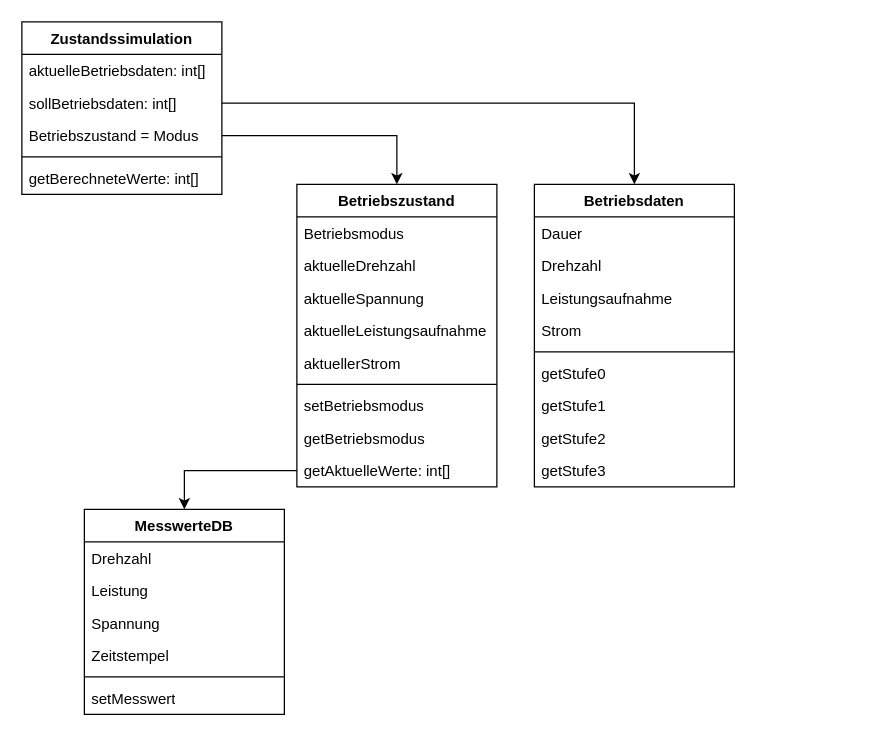
Above: UML Klassendiagramm.drawio in Alkaensos/C2-Test1 (draw.io), before the change. Source tidied: cells renumbered, new cells numbered last; positions are measured from the earlier drawing's top-left corner, leaving out a move shared by most shapes. Both pictures are drawn from the tidied source at 125%, with x=0, y=0 at pixel (21, 21).
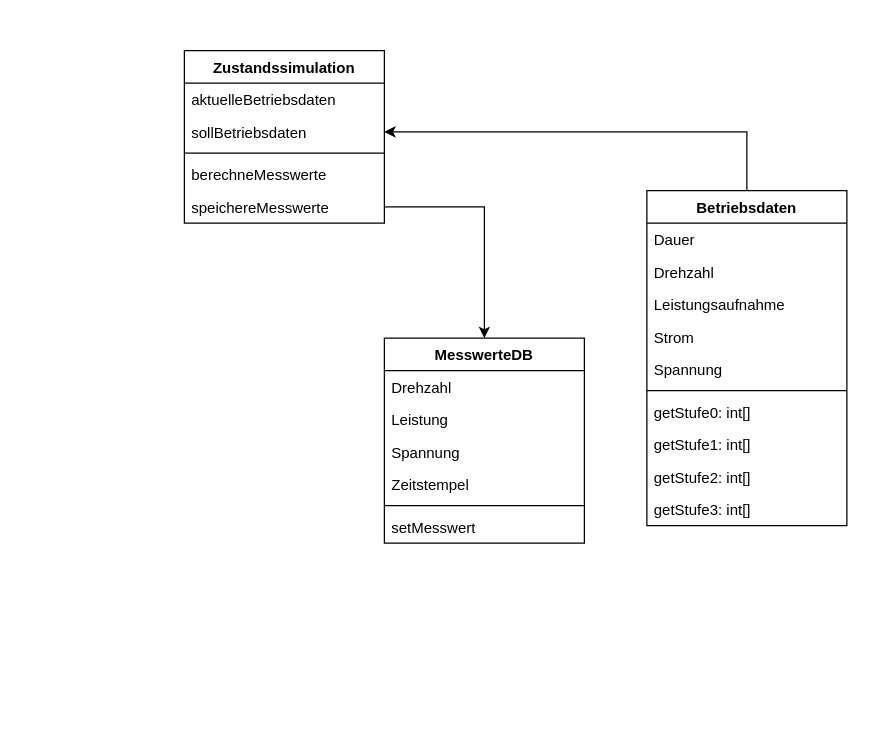
Above is the later version.

Commit message:
UML neu hochladen

What changed in the source:
```diff
@@
-    <mxCell id="2" value="Betriebszustand" style="swimlane;fontStyle=1;align=center;verticalAlign=top;horizontal=1;startSize=26;whiteSpace=wrap;html=1;" parent="1" vertex="1">
-      <mxGeometry x="220" y="130" width="160" height="242" as="geometry" />
-    </mxCell>
-    <mxCell id="3" value="Betriebsmodus" style="text;strokeColor=none;fillColor=none;align=left;verticalAlign=top;spacingLeft=4;spacingRight=4;overflow=hidden;whiteSpace=wrap;html=1;" parent="2" vertex="1">
-      <mxGeometry y="26" width="160" height="26" as="geometry" />
-    </mxCell>
-    <mxCell id="4" value="aktuelleDrehzahl" style="text;strokeColor=none;fillColor=none;align=left;verticalAlign=top;spacingLeft=4;spacingRight=4;overflow=hidden;whiteSpace=wrap;html=1;" parent="2" vertex="1">
-      <mxGeometry y="52" width="160" height="26" as="geometry" />
-    </mxCell>
-    <mxCell id="5" value="aktuelleSpannung" style="text;strokeColor=none;fillColor=none;align=left;verticalAlign=top;spacingLeft=4;spacingRight=4;overflow=hidden;whiteSpace=wrap;html=1;" parent="2" vertex="1">
-      <mxGeometry y="78" width="160" height="26" as="geometry" />
-    </mxCell>
-    <mxCell id="6" value="aktuelleLeistungsaufnahme" style="text;strokeColor=none;fillColor=none;align=left;verticalAlign=top;spacingLeft=4;spacingRight=4;overflow=hidden;whiteSpace=wrap;html=1;" parent="2" vertex="1">
-      <mxGeometry y="104" width="160" height="26" as="geometry" />
-    </mxCell>
-    <mxCell id="7" value="aktuellerStrom" style="text;strokeColor=none;fillColor=none;align=left;verticalAlign=top;spacingLeft=4;spacingRight=4;overflow=hidden;whiteSpace=wrap;html=1;" parent="2" vertex="1">
-      <mxGeometry y="130" width="160" height="26" as="geometry" />
-    </mxCell>
-    <mxCell id="8" style="line;strokeWidth=1;fillColor=none;align=left;verticalAlign=middle;spacingTop=-1;spacingLeft=3;spacingRight=3;labelPosition=right;strokeColor=inherit;" parent="2" vertex="1">
-      <mxGeometry y="156" width="160" height="8" as="geometry" />
-    </mxCell>
-    <mxCell id="9" value="setBetriebsmodus" style="text;strokeColor=none;fillColor=none;align=left;verticalAlign=top;spacingLeft=4;spacingRight=4;overflow=hidden;whiteSpace=wrap;html=1;" parent="2" vertex="1">
-      <mxGeometry y="164" width="160" height="26" as="geometry" />
-    </mxCell>
-    <mxCell id="10" value="getBetriebsmodus" style="text;strokeColor=none;fillColor=none;align=left;verticalAlign=top;spacingLeft=4;spacingRight=4;overflow=hidden;whiteSpace=wrap;html=1;" parent="2" vertex="1">
-      <mxGeometry y="190" width="160" height="26" as="geometry" />
-    </mxCell>
-    <mxCell id="11" value="getAktuelleWerte: int[]" style="text;strokeColor=none;fillColor=none;align=left;verticalAlign=top;spacingLeft=4;spacingRight=4;overflow=hidden;points=[[0,0.5],[1,0.5]];portConstraint=eastwest;whiteSpace=wrap;html=1;" parent="2" vertex="1">
-      <mxGeometry y="216" width="160" height="26" as="geometry" />
-    </mxCell>
+    <mxCell id="38" style="edgeStyle=orthogonalEdgeStyle;rounded=0;jettySize=auto;html=1;" parent="1" edge="1" source="12" target="24">
+      <mxGeometry relative="1" as="geometry" />
+    </mxCell>
     <mxCell id="12" value="Betriebsdaten" style="swimlane;fontStyle=1;align=center;verticalAlign=top;horizontal=1;startSize=26;whiteSpace=wrap;html=1;" parent="1" vertex="1">
-      <mxGeometry x="410" y="130" width="160" height="242" as="geometry" />
+      <mxGeometry x="500" y="135" width="160" height="268" as="geometry" />
     </mxCell>
@@
+    <mxCell id="39" value="Spannung" style="text;strokeColor=none;fillColor=none;align=left;verticalAlign=top;spacingLeft=4;spacingRight=4;overflow=hidden;whiteSpace=wrap;html=1;" parent="12" vertex="1">
+      <mxGeometry y="130" width="160" height="26" as="geometry" />
+    </mxCell>
     <mxCell id="17" style="line;strokeWidth=1;fillColor=none;align=left;verticalAlign=middle;spacingTop=-1;spacingLeft=3;spacingRight=3;labelPosition=right;strokeColor=inherit;" parent="12" vertex="1">
-      <mxGeometry y="130" width="160" height="8" as="geometry" />
+      <mxGeometry y="156" width="160" height="8" as="geometry" />
     </mxCell>
-    <mxCell id="18" value="getStufe0" style="text;strokeColor=none;fillColor=none;align=left;verticalAlign=top;spacingLeft=4;spacingRight=4;overflow=hidden;whiteSpace=wrap;html=1;" parent="12" vertex="1">
-      <mxGeometry y="138" width="160" height="26" as="geometry" />
+    <mxCell id="18" value="getStufe0: int[]" style="text;strokeColor=none;fillColor=none;align=left;verticalAlign=top;spacingLeft=4;spacingRight=4;overflow=hidden;whiteSpace=wrap;html=1;" parent="12" vertex="1">
+      <mxGeometry y="164" width="160" height="26" as="geometry" />
     </mxCell>
-    <mxCell id="19" value="getStufe1" style="text;strokeColor=none;fillColor=none;align=left;verticalAlign=top;spacingLeft=4;spacingRight=4;overflow=hidden;whiteSpace=wrap;html=1;" parent="12" vertex="1">
-      <mxGeometry y="164" width="160" height="26" as="geometry" />
+    <mxCell id="19" value="getStufe1: int[]" style="text;strokeColor=none;fillColor=none;align=left;verticalAlign=top;spacingLeft=4;spacingRight=4;overflow=hidden;whiteSpace=wrap;html=1;" parent="12" vertex="1">
+      <mxGeometry y="190" width="160" height="26" as="geometry" />
     </mxCell>
-    <mxCell id="20" value="getStufe2" style="text;strokeColor=none;fillColor=none;align=left;verticalAlign=top;spacingLeft=4;spacingRight=4;overflow=hidden;whiteSpace=wrap;html=1;" parent="12" vertex="1">
-      <mxGeometry y="190" width="160" height="26" as="geometry" />
+    <mxCell id="20" value="getStufe2: int[]" style="text;strokeColor=none;fillColor=none;align=left;verticalAlign=top;spacingLeft=4;spacingRight=4;overflow=hidden;whiteSpace=wrap;html=1;" parent="12" vertex="1">
+      <mxGeometry y="216" width="160" height="26" as="geometry" />
     </mxCell>
-    <mxCell id="21" value="getStufe3" style="text;strokeColor=none;fillColor=none;align=left;verticalAlign=top;spacingLeft=4;spacingRight=4;overflow=hidden;whiteSpace=wrap;html=1;" parent="12" vertex="1">
-      <mxGeometry y="216" width="160" height="26" as="geometry" />
+    <mxCell id="21" value="getStufe3: int[]" style="text;strokeColor=none;fillColor=none;align=left;verticalAlign=top;spacingLeft=4;spacingRight=4;overflow=hidden;whiteSpace=wrap;html=1;" parent="12" vertex="1">
+      <mxGeometry y="242" width="160" height="26" as="geometry" />
     </mxCell>
     <mxCell id="22" value="Zustandssimulation" style="swimlane;fontStyle=1;align=center;verticalAlign=top;horizontal=1;startSize=26;whiteSpace=wrap;html=1;" parent="1" vertex="1">
-      <mxGeometry width="160" height="138" as="geometry" />
+      <mxGeometry x="130" y="23" width="160" height="138" as="geometry" />
     </mxCell>
-    <mxCell id="23" value="aktuelleBetriebsdaten: int[]" style="text;strokeColor=none;fillColor=none;align=left;verticalAlign=top;spacingLeft=4;spacingRight=4;overflow=hidden;whiteSpace=wrap;html=1;" parent="22" vertex="1">
+    <mxCell id="23" value="aktuelleBetriebsdaten" style="text;strokeColor=none;fillColor=none;align=left;verticalAlign=top;spacingLeft=4;spacingRight=4;overflow=hidden;whiteSpace=wrap;html=1;" parent="22" vertex="1">
       <mxGeometry y="26" width="160" height="26" as="geometry" />
     </mxCell>
-    <mxCell id="24" value="sollBetriebsdaten: int[]" style="text;strokeColor=none;fillColor=none;align=left;verticalAlign=top;spacingLeft=4;spacingRight=4;overflow=hidden;points=[[0,0.5],[1,0.5]];portConstraint=eastwest;whiteSpace=wrap;html=1;" parent="22" vertex="1">
+    <mxCell id="24" value="sollBetriebsdaten" style="text;strokeColor=none;fillColor=none;align=left;verticalAlign=top;spacingLeft=4;spacingRight=4;overflow=hidden;points=[[0,0.5],[1,0.5]];portConstraint=eastwest;whiteSpace=wrap;html=1;" parent="22" vertex="1">
       <mxGeometry y="52" width="160" height="26" as="geometry" />
     </mxCell>
-    <mxCell id="25" value="Betriebszustand = Modus" style="text;strokeColor=none;fillColor=none;align=left;verticalAlign=top;spacingLeft=4;spacingRight=4;overflow=hidden;points=[[0,0.5],[1,0.5]];portConstraint=eastwest;whiteSpace=wrap;html=1;" parent="22" vertex="1">
-      <mxGeometry y="78" width="160" height="26" as="geometry" />
-    </mxCell>
     <mxCell id="26" style="line;strokeWidth=1;fillColor=none;align=left;verticalAlign=middle;spacingTop=-1;spacingLeft=3;spacingRight=3;labelPosition=right;strokeColor=inherit;" parent="22" vertex="1">
-      <mxGeometry y="104" width="160" height="8" as="geometry" />
+      <mxGeometry y="78" width="160" height="8" as="geometry" />
     </mxCell>
+    <mxCell id="40" value="berechneMesswerte" style="text;strokeColor=none;fillColor=none;align=left;verticalAlign=top;spacingLeft=4;spacingRight=4;overflow=hidden;whiteSpace=wrap;html=1;" parent="22" vertex="1">
+      <mxGeometry y="86" width="160" height="26" as="geometry" />
+    </mxCell>
-    <mxCell id="27" value="getBerechneteWerte: int[]" style="text;strokeColor=none;fillColor=none;align=left;verticalAlign=top;spacingLeft=4;spacingRight=4;overflow=hidden;points=[[0,0.5],[1,0.5]];portConstraint=eastwest;whiteSpace=wrap;html=1;" parent="22" vertex="1">
+    <mxCell id="27" value="speichereMesswerte" style="text;strokeColor=none;fillColor=none;align=left;verticalAlign=top;spacingLeft=4;spacingRight=4;overflow=hidden;points=[[0,0.5],[1,0.5]];portConstraint=eastwest;whiteSpace=wrap;html=1;" parent="22" vertex="1">
       <mxGeometry y="112" width="160" height="26" as="geometry" />
     </mxCell>
     <mxCell id="28" value="MesswerteDB" style="swimlane;fontStyle=1;align=center;verticalAlign=top;horizontal=1;startSize=26;whiteSpace=wrap;html=1;" parent="1" vertex="1">
-      <mxGeometry x="50" y="390" width="160" height="164" as="geometry" />
+      <mxGeometry x="290" y="253" width="160" height="164" as="geometry" />
     </mxCell>
@@
-    <mxCell id="35" style="edgeStyle=orthogonalEdgeStyle;rounded=0;jettySize=auto;html=1;entryX=0.5;entryY=0;entryDx=0;entryDy=0;" parent="1" edge="1" source="24" target="12">
-      <mxGeometry relative="1" as="geometry" />
-    </mxCell>
-    <mxCell id="36" style="edgeStyle=orthogonalEdgeStyle;rounded=0;jettySize=auto;html=1;" parent="1" edge="1" source="25" target="2">
-      <mxGeometry relative="1" as="geometry" />
-    </mxCell>
-    <mxCell id="37" style="edgeStyle=orthogonalEdgeStyle;rounded=0;jettySize=auto;html=1;entryX=0.5;entryY=0;entryDx=0;entryDy=0;" parent="1" edge="1" source="11" target="28">
-      <mxGeometry relative="1" as="geometry" />
-    </mxCell>
+    <mxCell id="41" style="edgeStyle=orthogonalEdgeStyle;rounded=0;jettySize=auto;html=1;" parent="1" edge="1" source="27" target="28">
+      <mxGeometry relative="1" as="geometry" />
+    </mxCell>
```
